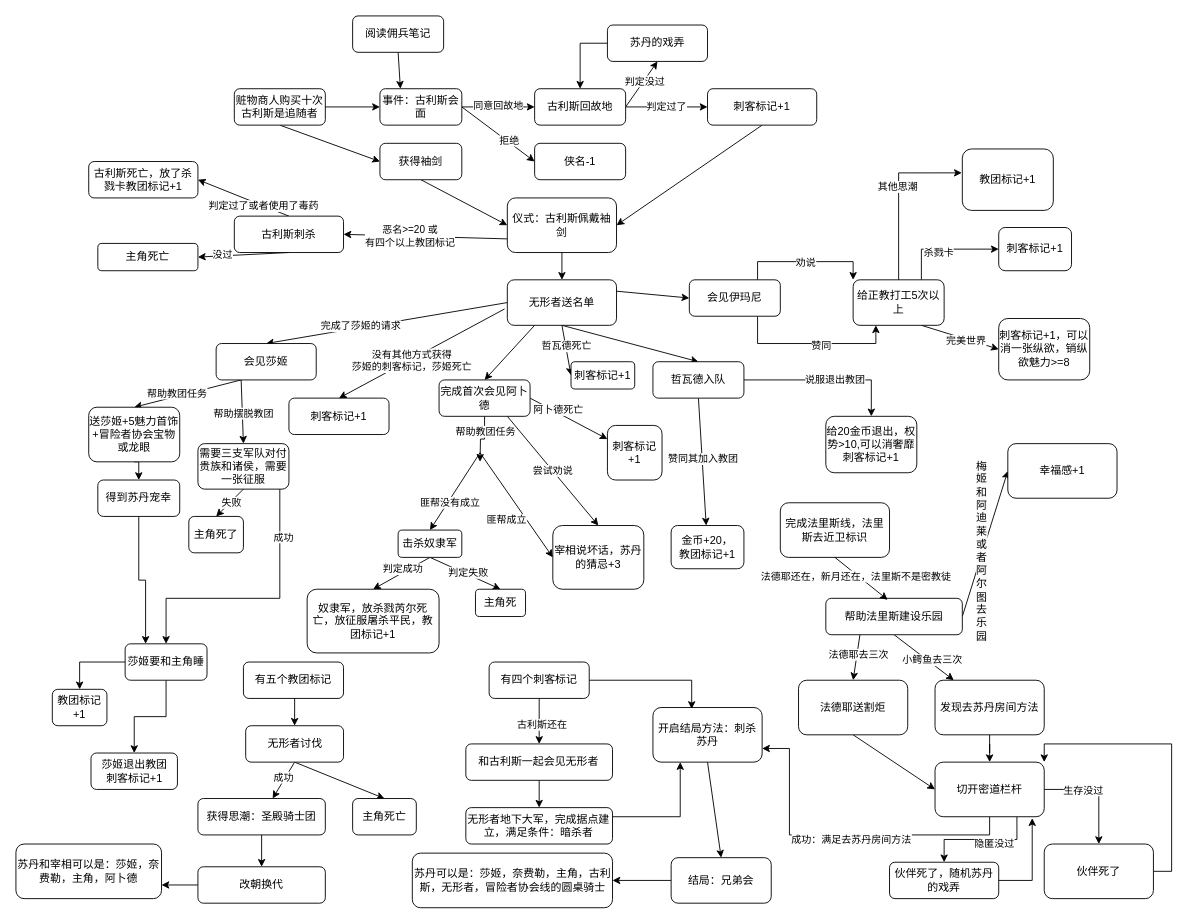
Earlier version of the draw.io diagram workflow/ac.drawio (dixiyao/Sudan-Mod). Source tidied: cells renumbered, new cells numbered last; positions are measured from the earlier drawing's top-left corner, leaving out a move shared by most shapes. Both pictures are drawn from the tidied source at 91%, with x=0, y=0 at pixel (15, 15).
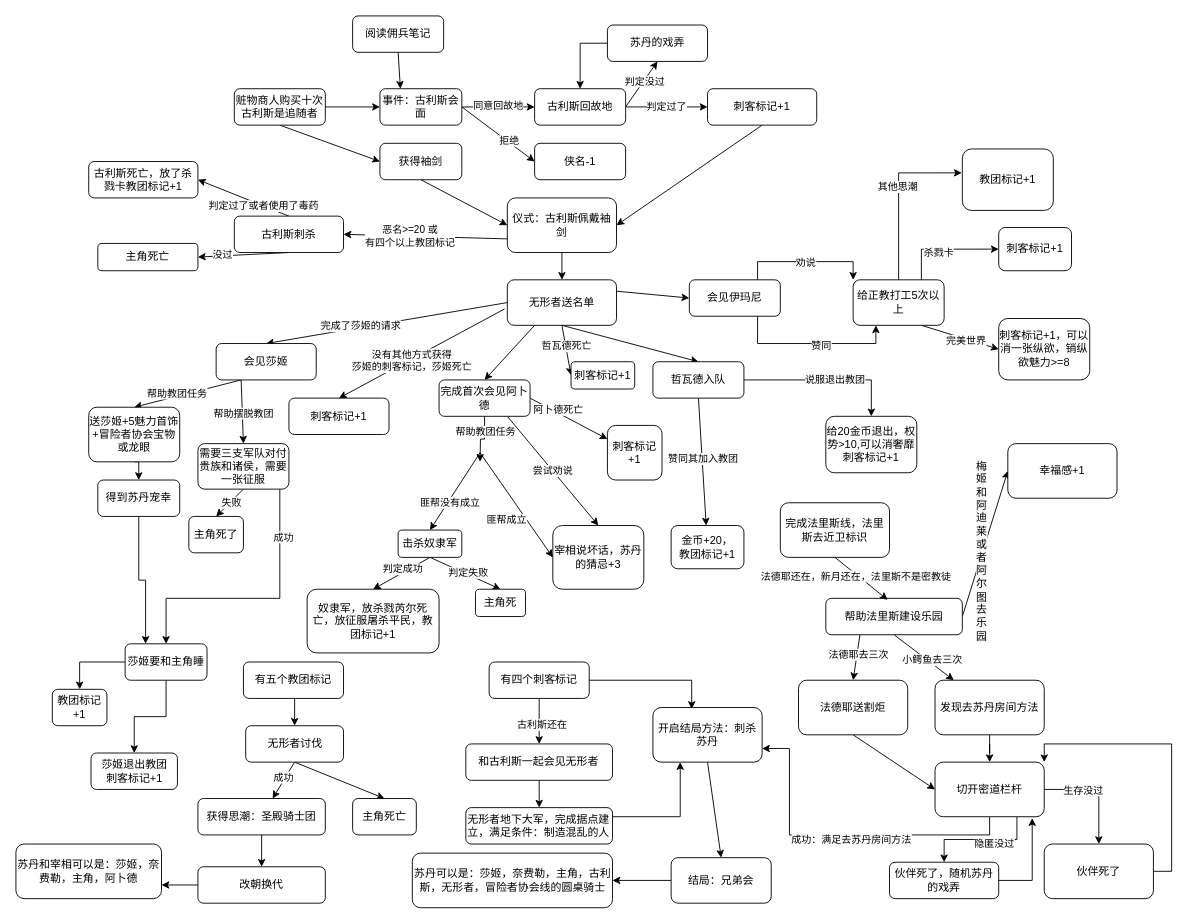
The same diagram, later.

The edit, as a diff of the source:
```diff
@@
-    <mxCell id="119" value="无形者地下大军，完成据点建立，满足条件：暗杀者" style="rounded=1;whiteSpace=wrap;html=1;" parent="1" vertex="1">
+    <mxCell id="119" value="无形者地下大军，完成据点建立，满足条件：制造混乱的人" style="rounded=1;whiteSpace=wrap;html=1;" parent="1" vertex="1">
       <mxGeometry x="494.4" y="870" width="161.2" height="40" as="geometry" />
     </mxCell>
```
